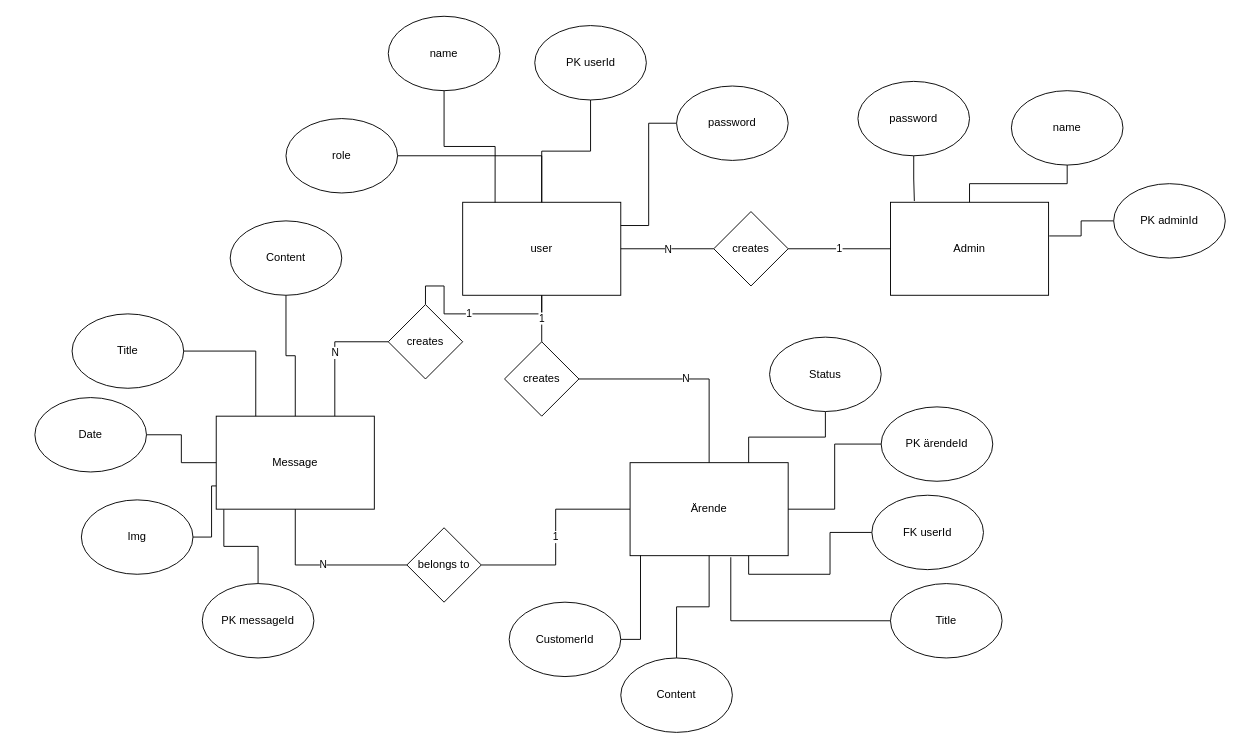
Above: er-inge-bra-bygg.drawio in iths-feu-jsu-2021/slutprojekt-backend (draw.io), before the change. Source tidied: cells renumbered, new cells numbered last; positions are measured from the earlier drawing's top-left corner, leaving out a move shared by most shapes. Both pictures are drawn from the tidied source at 93%, with x=0, y=0 at pixel (34, 16).
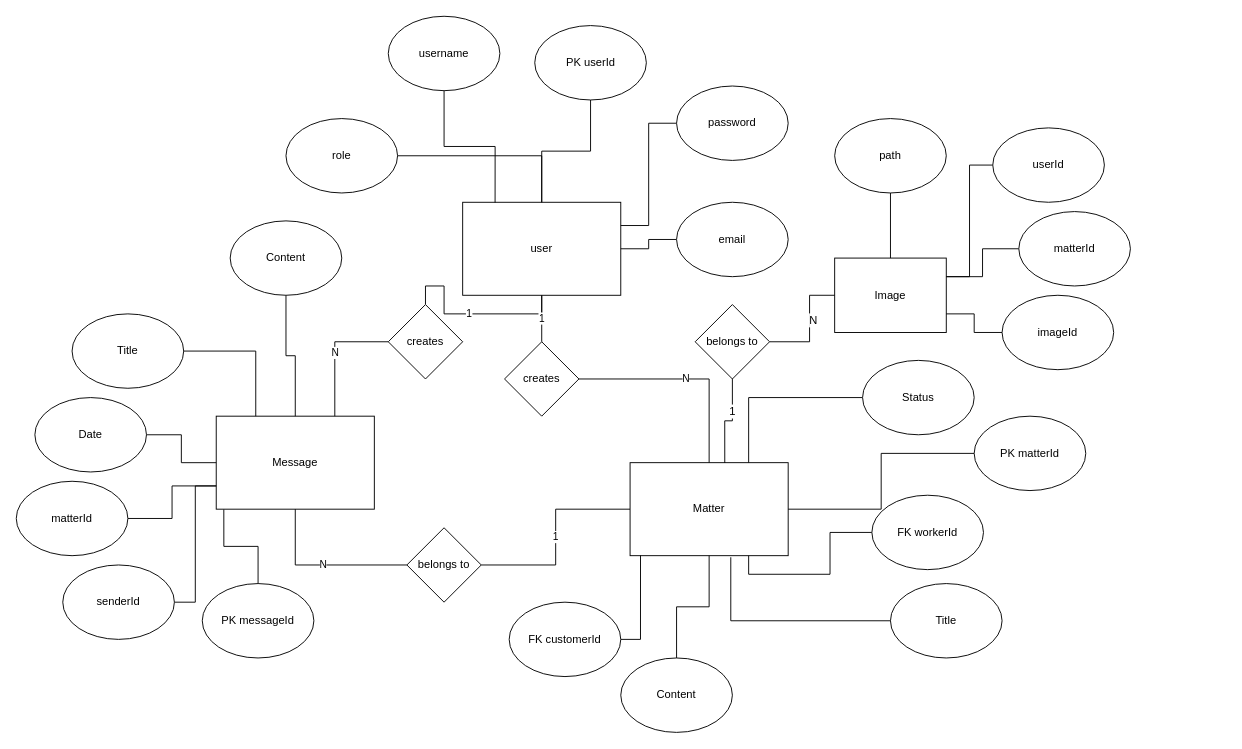
The same diagram, later.

The change refers to these unchanged cells:
```xml
<mxCell id="3" value="user" style="rounded=0;whiteSpace=wrap;html=1;" parent="1" vertex="1">
  <mxGeometry x="460" y="200" width="170" height="100" as="geometry" />
</mxCell>
<mxCell id="19" value="Message" style="rounded=0;whiteSpace=wrap;html=1;" parent="1" vertex="1">
  <mxGeometry x="195" y="430" width="170" height="100" as="geometry" />
</mxCell>
```

Change to the diagram source:
```diff
@@
-    <mxCell id="4" value="Admin" style="rounded=0;whiteSpace=wrap;html=1;" parent="1" vertex="1">
-      <mxGeometry x="920" y="200" width="170" height="100" as="geometry" />
-    </mxCell>
-    <mxCell id="5" value="N" style="edgeStyle=orthogonalEdgeStyle;rounded=0;jettySize=auto;html=1;endArrow=none;endFill=0;" parent="1" edge="1" source="7">
-      <mxGeometry relative="1" as="geometry">
-        <mxPoint x="630" y="250" as="targetPoint" />
-      </mxGeometry>
-    </mxCell>
-    <mxCell id="6" value="1" style="edgeStyle=orthogonalEdgeStyle;rounded=0;jettySize=auto;html=1;entryX=0;entryY=0.5;entryDx=0;entryDy=0;endArrow=none;endFill=0;" parent="1" edge="1" source="7" target="4">
-      <mxGeometry relative="1" as="geometry" />
-    </mxCell>
-    <mxCell id="7" value="creates" style="rhombus;whiteSpace=wrap;html=1;" parent="1" vertex="1">
-      <mxGeometry x="730" y="210" width="80" height="80" as="geometry" />
-    </mxCell>
@@
-    <mxCell id="11" value="name" style="ellipse;whiteSpace=wrap;html=1;" parent="1" vertex="1">
+    <mxCell id="11" value="username" style="ellipse;whiteSpace=wrap;html=1;" parent="1" vertex="1">
       <mxGeometry x="380" width="120" height="80" as="geometry" />
     </mxCell>
@@
-    <mxCell id="15" value="Ärende" style="rounded=0;whiteSpace=wrap;html=1;" parent="1" vertex="1">
+    <mxCell id="15" value="Matter" style="rounded=0;whiteSpace=wrap;html=1;" parent="1" vertex="1">
       <mxGeometry x="640" y="480" width="170" height="100" as="geometry" />
     </mxCell>
@@
-    <mxCell id="25" value="PK ärendeId" style="ellipse;whiteSpace=wrap;html=1;" parent="1" vertex="1">
-      <mxGeometry x="910" y="420" width="120" height="80" as="geometry" />
+    <mxCell id="25" value="PK matterId" style="ellipse;whiteSpace=wrap;html=1;" parent="1" vertex="1">
+      <mxGeometry x="1010" y="430" width="120" height="80" as="geometry" />
     </mxCell>
@@
-    <mxCell id="33" value="Img" style="ellipse;whiteSpace=wrap;html=1;" parent="1" vertex="1">
-      <mxGeometry x="50" y="520" width="120" height="80" as="geometry" />
+    <mxCell id="33" value="matterId" style="ellipse;whiteSpace=wrap;html=1;" parent="1" vertex="1">
+      <mxGeometry x="-20" y="500" width="120" height="80" as="geometry" />
     </mxCell>
@@
-    <mxCell id="35" value="FK userId" style="ellipse;whiteSpace=wrap;html=1;" parent="1" vertex="1">
+    <mxCell id="35" value="FK workerId" style="ellipse;whiteSpace=wrap;html=1;" parent="1" vertex="1">
       <mxGeometry x="900" y="515" width="120" height="80" as="geometry" />
     </mxCell>
@@
-    <mxCell id="41" value="CustomerId" style="ellipse;whiteSpace=wrap;html=1;" parent="1" vertex="1">
+    <mxCell id="41" value="FK customerId" style="ellipse;whiteSpace=wrap;html=1;" parent="1" vertex="1">
       <mxGeometry x="510" y="630" width="120" height="80" as="geometry" />
     </mxCell>
-    <mxCell id="42" style="edgeStyle=orthogonalEdgeStyle;rounded=0;jettySize=auto;html=1;entryX=0.151;entryY=-0.013;entryDx=0;entryDy=0;entryPerimeter=0;endArrow=none;endFill=0;" parent="1" edge="1" source="43" target="4">
-      <mxGeometry relative="1" as="geometry" />
-    </mxCell>
-    <mxCell id="43" value="password" style="ellipse;whiteSpace=wrap;html=1;" parent="1" vertex="1">
-      <mxGeometry x="885" y="70" width="120" height="80" as="geometry" />
-    </mxCell>
-    <mxCell id="44" style="edgeStyle=orthogonalEdgeStyle;rounded=0;jettySize=auto;html=1;endArrow=none;endFill=0;" parent="1" edge="1" source="45" target="4">
-      <mxGeometry relative="1" as="geometry" />
-    </mxCell>
-    <mxCell id="45" value="name" style="ellipse;whiteSpace=wrap;html=1;" parent="1" vertex="1">
-      <mxGeometry x="1050" y="80" width="120" height="80" as="geometry" />
-    </mxCell>
-    <mxCell id="46" style="edgeStyle=orthogonalEdgeStyle;rounded=0;jettySize=auto;html=1;entryX=1.004;entryY=0.362;entryDx=0;entryDy=0;entryPerimeter=0;endArrow=none;endFill=0;" parent="1" edge="1" source="47" target="4">
-      <mxGeometry relative="1" as="geometry" />
-    </mxCell>
-    <mxCell id="47" value="PK adminId" style="ellipse;whiteSpace=wrap;html=1;" parent="1" vertex="1">
-      <mxGeometry x="1160" y="180" width="120" height="80" as="geometry" />
-    </mxCell>
@@
     <mxCell id="53" value="Status" style="ellipse;whiteSpace=wrap;html=1;" parent="1" vertex="1">
-      <mxGeometry x="790" y="345" width="120" height="80" as="geometry" />
+      <mxGeometry x="890" y="370" width="120" height="80" as="geometry" />
     </mxCell>
+    <mxCell id="54" style="edgeStyle=orthogonalEdgeStyle;rounded=0;jettySize=auto;html=1;entryX=1;entryY=0.5;entryDx=0;entryDy=0;endArrow=none;endFill=0;" parent="1" edge="1" source="55" target="3">
+      <mxGeometry relative="1" as="geometry" />
+    </mxCell>
+    <mxCell id="55" value="email" style="ellipse;whiteSpace=wrap;html=1;" parent="1" vertex="1">
+      <mxGeometry x="690" y="200" width="120" height="80" as="geometry" />
+    </mxCell>
+    <mxCell id="56" style="edgeStyle=orthogonalEdgeStyle;rounded=0;jettySize=auto;html=1;entryX=0;entryY=0.75;entryDx=0;entryDy=0;endArrow=none;endFill=0;" parent="1" edge="1" source="57" target="19">
+      <mxGeometry relative="1" as="geometry" />
+    </mxCell>
+    <mxCell id="57" value="senderId" style="ellipse;whiteSpace=wrap;html=1;" parent="1" vertex="1">
+      <mxGeometry x="30" y="590" width="120" height="80" as="geometry" />
+    </mxCell>
+    <mxCell id="58" value="Image" style="rounded=0;whiteSpace=wrap;html=1;" parent="1" vertex="1">
+      <mxGeometry x="860" y="260" width="120" height="80" as="geometry" />
+    </mxCell>
+    <mxCell id="59" style="edgeStyle=orthogonalEdgeStyle;rounded=0;jettySize=auto;html=1;entryX=1;entryY=0.75;entryDx=0;entryDy=0;endArrow=none;endFill=0;" parent="1" edge="1" source="60" target="58">
+      <mxGeometry relative="1" as="geometry" />
+    </mxCell>
+    <mxCell id="60" value="imageId" style="ellipse;whiteSpace=wrap;html=1;" parent="1" vertex="1">
+      <mxGeometry x="1040" y="300" width="120" height="80" as="geometry" />
+    </mxCell>
+    <mxCell id="61" style="text;html=1;align=left;verticalAlign=top;spacingTop=-4;" parent="1" vertex="1">
+      <mxGeometry x="1048" y="263" width="20" height="20" as="geometry" />
+    </mxCell>
+    <mxCell id="62" style="edgeStyle=orthogonalEdgeStyle;rounded=0;jettySize=auto;html=1;entryX=1;entryY=0.25;entryDx=0;entryDy=0;endArrow=none;endFill=0;" parent="1" edge="1" source="63" target="58">
+      <mxGeometry relative="1" as="geometry" />
+    </mxCell>
+    <mxCell id="63" value="matterId" style="ellipse;whiteSpace=wrap;html=1;" parent="1" vertex="1">
+      <mxGeometry x="1058" y="210" width="120" height="80" as="geometry" />
+    </mxCell>
+    <mxCell id="64" style="edgeStyle=orthogonalEdgeStyle;rounded=0;jettySize=auto;html=1;entryX=1;entryY=0.25;entryDx=0;entryDy=0;endArrow=none;endFill=0;" parent="1" edge="1" source="65" target="58">
+      <mxGeometry relative="1" as="geometry" />
+    </mxCell>
+    <mxCell id="65" value="userId" style="ellipse;whiteSpace=wrap;html=1;" parent="1" vertex="1">
+      <mxGeometry x="1030" y="120" width="120" height="80" as="geometry" />
+    </mxCell>
+    <mxCell id="66" style="text;html=1;align=left;verticalAlign=top;spacingTop=-4;" parent="1" vertex="1">
+      <mxGeometry x="958" y="159" width="20" height="20" as="geometry" />
+    </mxCell>
+    <mxCell id="67" style="edgeStyle=orthogonalEdgeStyle;rounded=0;jettySize=auto;html=1;entryX=0.5;entryY=0;entryDx=0;entryDy=0;endArrow=none;endFill=0;" parent="1" edge="1" source="68" target="58">
+      <mxGeometry relative="1" as="geometry" />
+    </mxCell>
+    <mxCell id="68" value="path" style="ellipse;whiteSpace=wrap;html=1;" parent="1" vertex="1">
+      <mxGeometry x="860" y="110" width="120" height="80" as="geometry" />
+    </mxCell>
+    <mxCell id="69" style="edgeStyle=orthogonalEdgeStyle;rounded=0;jettySize=auto;html=1;endArrow=none;endFill=0;" parent="1" edge="1" source="71" target="58">
+      <mxGeometry relative="1" as="geometry">
+        <Array as="points">
+          <mxPoint x="833" y="350" />
+          <mxPoint x="833" y="300" />
+        </Array>
+      </mxGeometry>
+    </mxCell>
+    <mxCell id="5" value="N" style="text;html=1;align=center;verticalAlign=middle;labelBackgroundColor=#ffffff;" parent="69" vertex="1">
+      <mxGeometry x="-0.47" y="12" relative="1" as="geometry">
+        <mxPoint x="14" y="-12" as="offset" />
+      </mxGeometry>
+    </mxCell>
+    <mxCell id="70" style="edgeStyle=orthogonalEdgeStyle;rounded=0;jettySize=auto;html=1;entryX=0.599;entryY=0.003;entryDx=0;entryDy=0;entryPerimeter=0;endArrow=none;endFill=0;" parent="1" edge="1" source="71" target="15">
+      <mxGeometry relative="1" as="geometry" />
+    </mxCell>
+    <mxCell id="6" value="1" style="text;html=1;align=center;verticalAlign=middle;labelBackgroundColor=#ffffff;" parent="70" vertex="1">
+      <mxGeometry x="-0.3" y="-1" relative="1" as="geometry" />
+    </mxCell>
+    <mxCell id="71" value="belongs to" style="rhombus;whiteSpace=wrap;html=1;" parent="1" vertex="1">
+      <mxGeometry x="710" y="310" width="80" height="80" as="geometry" />
+    </mxCell>
```
